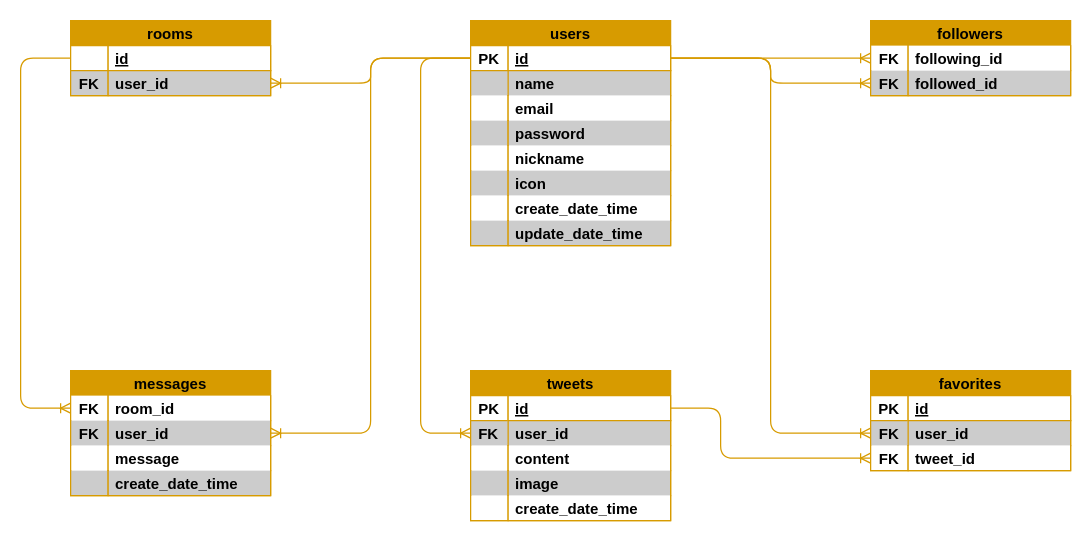
Above: doc/03.詳細設計/テーブル相関図.drawio in KAZ5298/Portfolio_TwitterApp (draw.io), before the change. Source tidied: cells renumbered, new cells numbered last; positions are measured from the earlier drawing's top-left corner, leaving out a move shared by most shapes. Both pictures are drawn from the tidied source at 125%, with x=0, y=0 at pixel (20, 20).
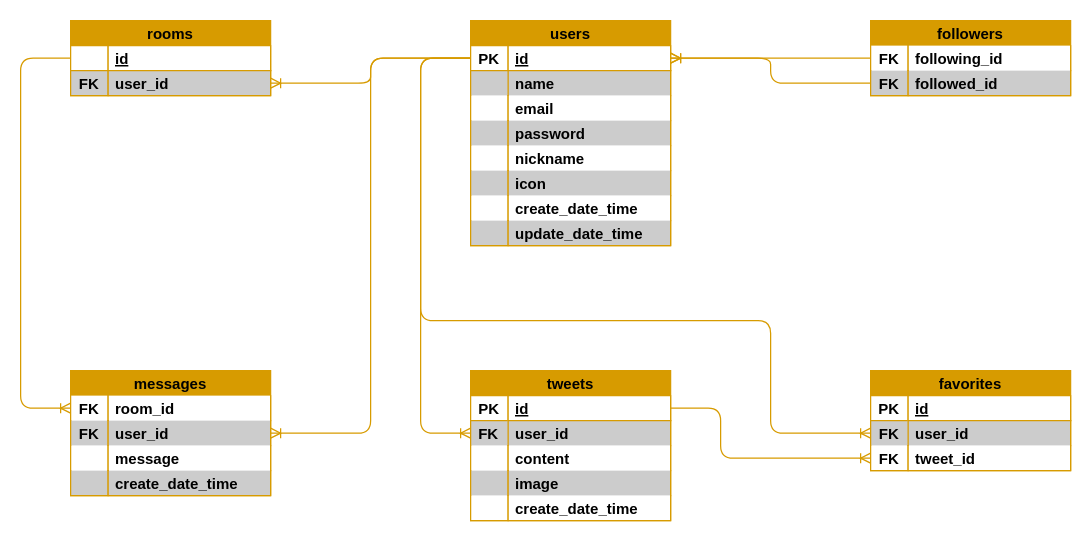
The same page after the edit.

Unchanged cells that the change refers to:
```xml
<mxCell id="4" style="shape=tableRow;horizontal=0;startSize=0;swimlaneHead=0;swimlaneBody=0;fillColor=none;points=[[0,0.5],[1,0.5]];portConstraint=eastwest;top=0;left=0;right=0;bottom=1;fillStyle=auto;strokeColor=#D79B00;strokeWidth=1;fontColor=#000000;" parent="3" vertex="1">
  <mxGeometry y="20" width="160" height="20" as="geometry" />
</mxCell>
<mxCell id="48" style="shape=tableRow;horizontal=1;startSize=0;swimlaneHead=0;swimlaneBody=0;fillColor=none;points=[[0,0.5],[1,0.5]];portConstraint=eastwest;top=0;left=0;right=0;bottom=0;fillStyle=auto;strokeColor=#D79B00;strokeWidth=1;fontColor=#000000;swimlaneFillColor=default;labelBorderColor=none;labelBackgroundColor=#FF3333;" parent="44" vertex="1">
  <mxGeometry y="40" width="160" height="20" as="geometry" />
</mxCell>
<mxCell id="55" style="shape=tableRow;horizontal=0;startSize=0;swimlaneHead=0;swimlaneBody=0;fillColor=none;points=[[0,0.5],[1,0.5]];portConstraint=eastwest;top=0;left=0;right=0;bottom=0;fillStyle=auto;strokeColor=none;strokeWidth=0;fontColor=#000000;" parent="54" vertex="1">
  <mxGeometry y="20" width="160" height="20" as="geometry" />
</mxCell>
<mxCell id="58" style="shape=tableRow;horizontal=0;startSize=0;swimlaneHead=0;swimlaneBody=0;fillColor=none;points=[[0,0.5],[1,0.5]];portConstraint=eastwest;top=0;left=0;right=0;bottom=0;fillStyle=auto;strokeColor=none;strokeWidth=1;fontColor=#000000;swimlaneFillColor=none;" parent="54" vertex="1">
  <mxGeometry y="40" width="160" height="20" as="geometry" />
</mxCell>
```

Change to the diagram source:
```diff
@@
-    <mxCell id="82" style="fontSize=12;html=1;endArrow=ERoneToMany;fontColor=#FFFFFF;edgeStyle=orthogonalEdgeStyle;exitX=1;exitY=0.5;exitDx=0;exitDy=0;fillColor=#e51400;strokeColor=#D79B00;rounded=1;strokeWidth=1;entryX=0;entryY=0.5;entryDx=0;entryDy=0;" parent="1" edge="1" source="4" target="48">
+    <mxCell id="82" style="fontSize=12;html=1;endArrow=ERoneToMany;fontColor=#FFFFFF;edgeStyle=orthogonalEdgeStyle;exitX=0;exitY=0.5;exitDx=0;exitDy=0;fillColor=#e51400;strokeColor=#D79B00;rounded=1;strokeWidth=1;entryX=0;entryY=0.5;entryDx=0;entryDy=0;" parent="1" edge="1" source="4" target="48">
       <mxGeometry relative="1" as="geometry">
         <Array as="points">
-          <mxPoint x="600" y="30" />
+          <mxPoint x="320" y="30" />
+          <mxPoint x="320" y="240" />
+          <mxPoint x="600" y="240" />
           <mxPoint x="600" y="330" />
         </Array>
       </mxGeometry>
     </mxCell>
-    <mxCell id="83" style="fontSize=12;html=1;endArrow=ERoneToMany;fontColor=#FFFFFF;edgeStyle=orthogonalEdgeStyle;fillColor=#e51400;strokeColor=#D79B00;rounded=1;strokeWidth=1;entryX=0;entryY=0.5;entryDx=0;entryDy=0;" parent="1" edge="1" target="55">
-      <mxGeometry relative="1" as="geometry">
-        <mxPoint x="520" y="30" as="sourcePoint" />
-        <Array as="points">
-          <mxPoint x="550" y="30" />
-          <mxPoint x="550" y="30" />
-        </Array>
-      </mxGeometry>
+    <mxCell id="83" style="fontSize=12;html=1;endArrow=ERoneToMany;fontColor=#FFFFFF;edgeStyle=orthogonalEdgeStyle;fillColor=#e51400;strokeColor=#D79B00;rounded=1;strokeWidth=1;exitX=0;exitY=0.5;exitDx=0;exitDy=0;entryX=1;entryY=0.5;entryDx=0;entryDy=0;" parent="1" edge="1" source="55" target="4">
+      <mxGeometry relative="1" as="geometry" />
     </mxCell>
-    <mxCell id="84" style="fontSize=12;html=1;endArrow=ERoneToMany;fontColor=#FFFFFF;edgeStyle=orthogonalEdgeStyle;fillColor=#e51400;strokeColor=#D79B00;rounded=1;strokeWidth=1;entryX=0;entryY=0.5;entryDx=0;entryDy=0;exitX=1;exitY=0.5;exitDx=0;exitDy=0;" parent="1" edge="1" source="4" target="58">
-      <mxGeometry relative="1" as="geometry" />
+    <mxCell id="84" style="fontSize=12;html=1;endArrow=ERoneToMany;fontColor=#FFFFFF;edgeStyle=orthogonalEdgeStyle;fillColor=#e51400;strokeColor=#D79B00;rounded=1;strokeWidth=1;entryX=1;entryY=0.5;entryDx=0;entryDy=0;exitX=0;exitY=0.5;exitDx=0;exitDy=0;" parent="1" edge="1" source="58" target="4">
+      <mxGeometry relative="1" as="geometry">
+        <Array as="points">
+          <mxPoint x="600" y="50" />
+          <mxPoint x="600" y="30" />
+        </Array>
+      </mxGeometry>
     </mxCell>
```
